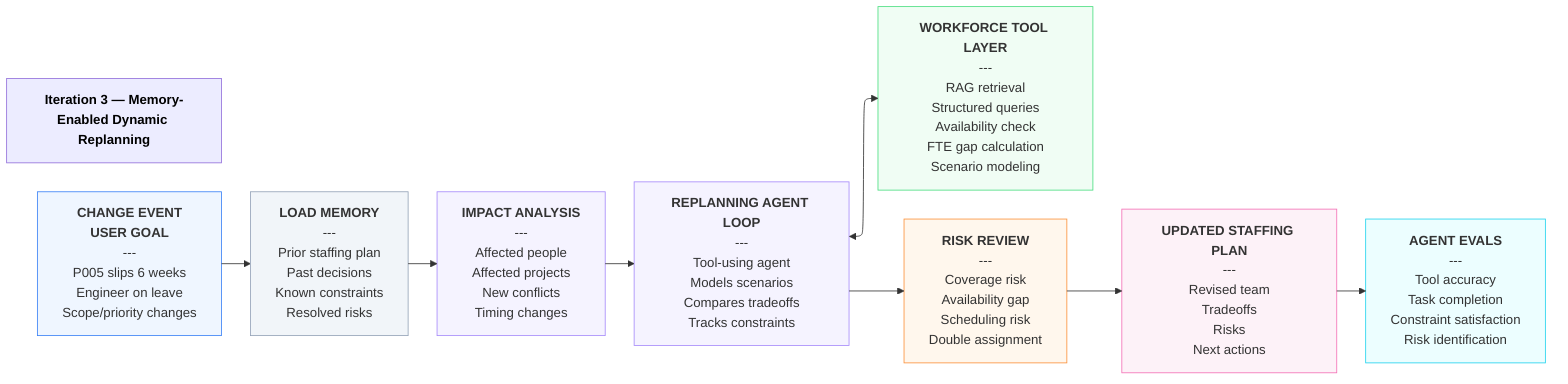
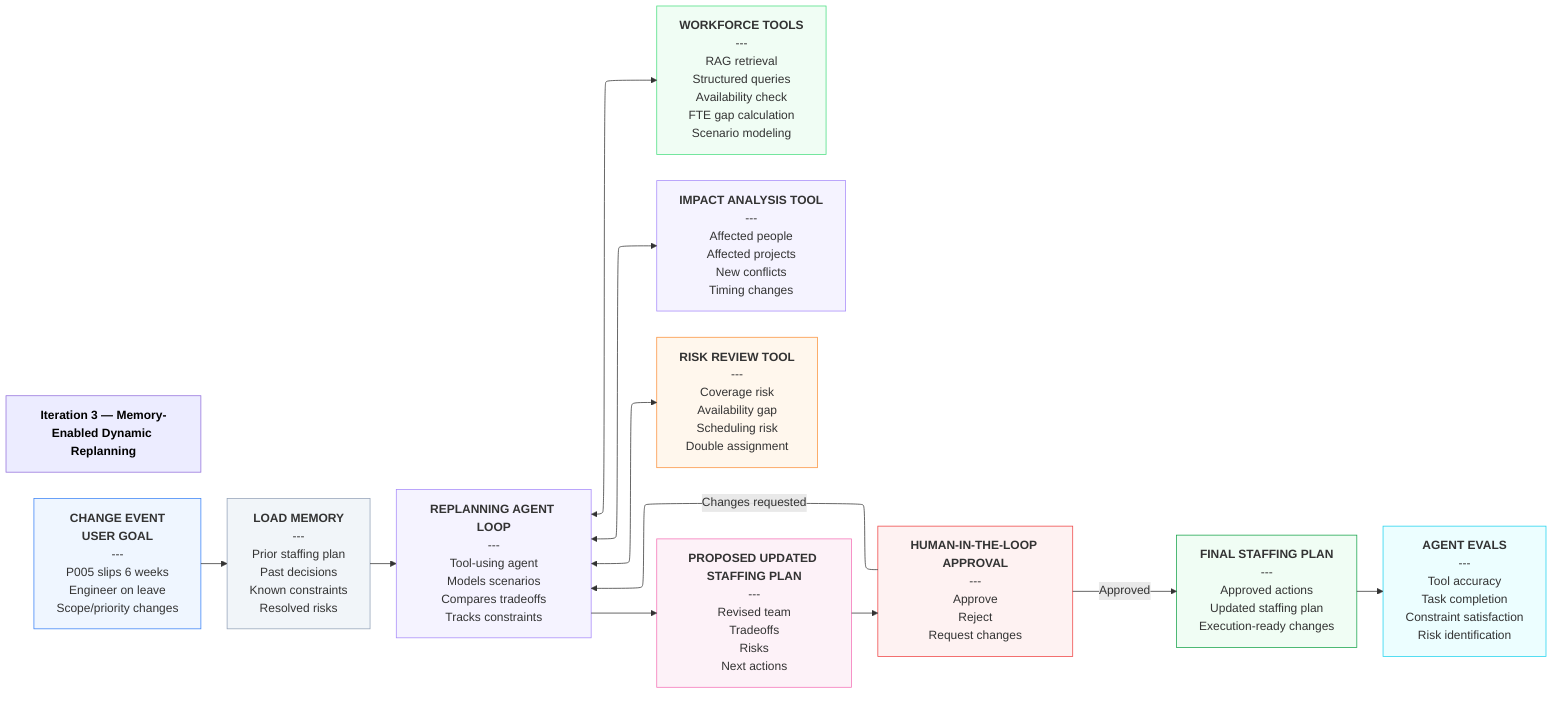
---
config:
  layout: elk
  theme: default
---
flowchart LR
    title["<b>Iteration 3 — Memory-Enabled Dynamic Replanning</b>"]

    changeEvent["<b>CHANGE EVENT</b><br/><b>USER GOAL</b><br/>---<br/>P005 slips 6 weeks<br/>Engineer on leave<br/>Scope/priority changes"]
    loadMemory["<b>LOAD MEMORY</b><br/>---<br/>Prior staffing plan<br/>Past decisions<br/>Known constraints<br/>Resolved risks"]
-     impactAnalysis["<b>IMPACT ANALYSIS</b><br/>---<br/>Affected people<br/>Affected projects<br/>New conflicts<br/>Timing changes"]
+ 
    replanningAgent["<b>REPLANNING AGENT LOOP</b><br/>---<br/>Tool-using agent<br/>Models scenarios<br/>Compares tradeoffs<br/>Tracks constraints"]
-     workforceTools["<b>WORKFORCE TOOL LAYER</b><br/>---<br/>RAG retrieval<br/>Structured queries<br/>Availability check<br/>FTE gap calculation<br/>Scenario modeling"]
-     riskReview["<b>RISK REVIEW</b><br/>---<br/>Coverage risk<br/>Availability gap<br/>Scheduling risk<br/>Double assignment"]
-     updatedPlan["<b>UPDATED STAFFING PLAN</b><br/>---<br/>Revised team<br/>Tradeoffs<br/>Risks<br/>Next actions"]
+ 
+     workforceTools["<b>WORKFORCE TOOLS</b><br/>---<br/>RAG retrieval<br/>Structured queries<br/>Availability check<br/>FTE gap calculation<br/>Scenario modeling"]
+ 
+     impactAnalysis["<b>IMPACT ANALYSIS TOOL</b><br/>---<br/>Affected people<br/>Affected projects<br/>New conflicts<br/>Timing changes"]
+ 
+     riskReview["<b>RISK REVIEW TOOL</b><br/>---<br/>Coverage risk<br/>Availability gap<br/>Scheduling risk<br/>Double assignment"]
+ 
+     updatedPlan["<b>PROPOSED UPDATED STAFFING PLAN</b><br/>---<br/>Revised team<br/>Tradeoffs<br/>Risks<br/>Next actions"]
+ 
+     humanApproval["<b>HUMAN-IN-THE-LOOP APPROVAL</b><br/>---<br/>Approve<br/>Reject<br/>Request changes"]
+ 
+     finalPlan["<b>FINAL STAFFING PLAN</b><br/>---<br/>Approved actions<br/>Updated staffing plan<br/>Execution-ready changes"]
+ 
    agentEvals["<b>AGENT EVALS</b><br/>---<br/>Tool accuracy<br/>Task completion<br/>Constraint satisfaction<br/>Risk identification"]

    %% Main flow
    changeEvent --> loadMemory
-     loadMemory --> impactAnalysis
-     impactAnalysis --> replanningAgent
-     replanningAgent --> riskReview
-     riskReview --> updatedPlan
-     updatedPlan --> agentEvals
+     loadMemory --> replanningAgent

-     %% Supporting tool loop
+     %% Tool calls owned by replanning agent
    replanningAgent <--> workforceTools
+     replanningAgent <--> impactAnalysis
+     replanningAgent <--> riskReview
+ 
+     %% Plan and approval flow
+     replanningAgent --> updatedPlan
+     updatedPlan --> humanApproval
+     humanApproval -->|Approved| finalPlan
+     humanApproval -->|Changes requested| replanningAgent
+ 
+     %% Evaluation
+     finalPlan --> agentEvals

    %% Styling
    classDef changeEventStyle stroke:#3b82f6,fill:#eff6ff
    classDef memoryStyle stroke:#94a3b8,fill:#f1f5f9
-     classDef impactStyle stroke:#a78bfa,fill:#f5f3ff
    classDef agentStyle stroke:#a78bfa,fill:#f5f3ff
    classDef toolStyle stroke:#4ade80,fill:#f0fdf4
+     classDef impactStyle stroke:#a78bfa,fill:#f5f3ff
    classDef riskStyle stroke:#fb923c,fill:#fff7ed
    classDef planStyle stroke:#f472b6,fill:#fdf2f8
+     classDef approvalStyle stroke:#ef4444,fill:#fef2f2
+     classDef finalPlanStyle stroke:#16a34a,fill:#f0fdf4
    classDef evalStyle stroke:#22d3ee,fill:#ecfeff
    classDef titleStyle stroke:#none,fill:#none,color:#000,font-weight:bold,font-size:16px

    class changeEvent changeEventStyle
    class loadMemory memoryStyle
-     class impactAnalysis impactStyle
    class replanningAgent agentStyle
    class workforceTools toolStyle
+     class impactAnalysis impactStyle
    class riskReview riskStyle
    class updatedPlan planStyle
+     class humanApproval approvalStyle
+     class finalPlan finalPlanStyle
    class agentEvals evalStyle
    class title titleStyle